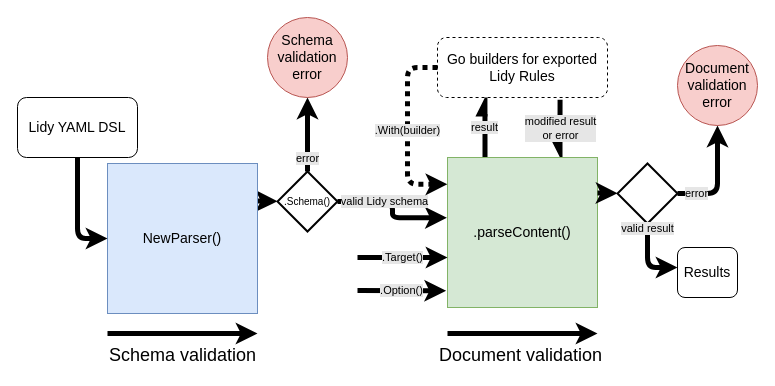
Above: rapport4/misc/Lidy-NewParser-Parse.drawio in mathieucaroff/rapport3A (draw.io), before the change. Source tidied: cells renumbered, new cells numbered last; positions are measured from the earlier drawing's top-left corner, leaving out a move shared by most shapes. Both pictures are drawn from the tidied source at 100%, with x=0, y=0 at pixel (17, 17).
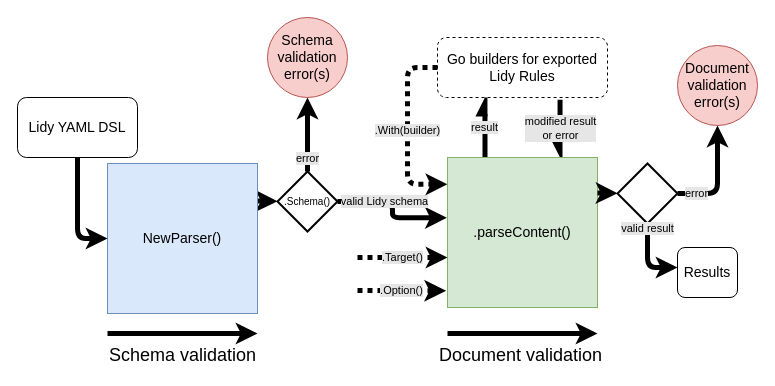
The same page after the edit.

Unchanged cells that the change refers to:
```xml
<mxCell id="6" value="&lt;font style=&quot;font-size: 14px;&quot;&gt;.parseContent()&lt;/font&gt;" style="rounded=0;whiteSpace=wrap;html=1;fillColor=#d5e8d4;strokeColor=#82b366;fontFamily=CMU Sans Serif;fontSize=14;" parent="1" vertex="1">
  <mxGeometry x="430" y="140" width="150" height="150" as="geometry" />
</mxCell>
```

Change to the diagram source:
```diff
@@
-    <mxCell id="9" value="&lt;div style=&quot;font-size: 14px;&quot;&gt;&lt;font style=&quot;font-size: 14px;&quot;&gt;Schema&lt;/font&gt;&lt;/div&gt;&lt;div style=&quot;font-size: 14px;&quot;&gt;&lt;font style=&quot;font-size: 14px;&quot;&gt;validation&lt;/font&gt;&lt;/div&gt;&lt;div style=&quot;font-size: 14px;&quot;&gt;&lt;font style=&quot;font-size: 14px;&quot;&gt;error&lt;br style=&quot;font-size: 14px;&quot;&gt;&lt;/font&gt;&lt;/div&gt;" style="ellipse;whiteSpace=wrap;html=1;fillColor=#f8cecc;strokeColor=#b85450;fontFamily=CMU Sans Serif;fontSize=14;" parent="1" vertex="1">
+    <mxCell id="9" value="&lt;div style=&quot;font-size: 14px&quot;&gt;&lt;font style=&quot;font-size: 14px&quot;&gt;Schema&lt;/font&gt;&lt;/div&gt;&lt;div style=&quot;font-size: 14px&quot;&gt;&lt;font style=&quot;font-size: 14px&quot;&gt;validation&lt;/font&gt;&lt;/div&gt;&lt;div style=&quot;font-size: 14px&quot;&gt;&lt;font style=&quot;font-size: 14px&quot;&gt;error(s)&lt;br style=&quot;font-size: 14px&quot;&gt;&lt;/font&gt;&lt;/div&gt;" style="ellipse;whiteSpace=wrap;html=1;fillColor=#f8cecc;strokeColor=#b85450;fontFamily=CMU Sans Serif;fontSize=14;" parent="1" vertex="1">
       <mxGeometry x="250" width="80" height="80" as="geometry" />
     </mxCell>
-    <mxCell id="10" value="&lt;div style=&quot;font-size: 14px;&quot;&gt;&lt;font style=&quot;font-size: 14px;&quot;&gt;Document&lt;/font&gt;&lt;/div&gt;&lt;div style=&quot;font-size: 14px;&quot;&gt;&lt;font style=&quot;font-size: 14px;&quot;&gt;validation&lt;/font&gt;&lt;/div&gt;&lt;div style=&quot;font-size: 14px;&quot;&gt;&lt;font style=&quot;font-size: 14px;&quot;&gt;error&lt;br style=&quot;font-size: 14px;&quot;&gt;&lt;/font&gt;&lt;/div&gt;" style="ellipse;whiteSpace=wrap;html=1;fillColor=#f8cecc;strokeColor=#b85450;fontFamily=CMU Sans Serif;fontSize=14;" parent="1" vertex="1">
+    <mxCell id="10" value="&lt;div style=&quot;font-size: 14px&quot;&gt;&lt;font style=&quot;font-size: 14px&quot;&gt;Document&lt;/font&gt;&lt;/div&gt;&lt;div style=&quot;font-size: 14px&quot;&gt;&lt;font style=&quot;font-size: 14px&quot;&gt;validation&lt;/font&gt;&lt;/div&gt;&lt;div style=&quot;font-size: 14px&quot;&gt;&lt;font style=&quot;font-size: 14px&quot;&gt;error(s)&lt;br style=&quot;font-size: 14px&quot;&gt;&lt;/font&gt;&lt;/div&gt;" style="ellipse;whiteSpace=wrap;html=1;fillColor=#f8cecc;strokeColor=#b85450;fontFamily=CMU Sans Serif;fontSize=14;" parent="1" vertex="1">
       <mxGeometry x="660" y="28" width="80" height="80" as="geometry" />
     </mxCell>
@@
-    <mxCell id="25" value=".Target()" style="endArrow=classic;html=1;shadow=0;labelBackgroundColor=#E6E6E6;strokeWidth=5;entryX=0;entryY=0.667;entryDx=0;entryDy=0;entryPerimeter=0;fontFamily=CMU Sans Serif;" parent="1" edge="1" target="6">
+    <mxCell id="25" value=".Target()" style="endArrow=classic;html=1;shadow=0;labelBackgroundColor=#E6E6E6;strokeWidth=5;entryX=0;entryY=0.667;entryDx=0;entryDy=0;entryPerimeter=0;fontFamily=CMU Sans Serif;dashed=1;dashPattern=1 1;" parent="1" edge="1" target="6">
       <mxGeometry relative="1" as="geometry">
         <mxPoint x="340" y="240" as="sourcePoint" />
       </mxGeometry>
     </mxCell>
-    <mxCell id="26" value=".Option()" style="endArrow=classic;html=1;shadow=0;labelBackgroundColor=#E6E6E6;strokeWidth=5;entryX=-0.009;entryY=0.889;entryDx=0;entryDy=0;entryPerimeter=0;fontFamily=CMU Sans Serif;" parent="1" edge="1" target="6">
+    <mxCell id="26" value=".Option()" style="endArrow=classic;html=1;shadow=0;labelBackgroundColor=#E6E6E6;strokeWidth=5;entryX=-0.009;entryY=0.889;entryDx=0;entryDy=0;entryPerimeter=0;fontFamily=CMU Sans Serif;dashed=1;dashPattern=1 1;" parent="1" edge="1" target="6">
       <mxGeometry relative="1" as="geometry">
         <mxPoint x="340" y="273" as="sourcePoint" />
       </mxGeometry>
     </mxCell>
```
